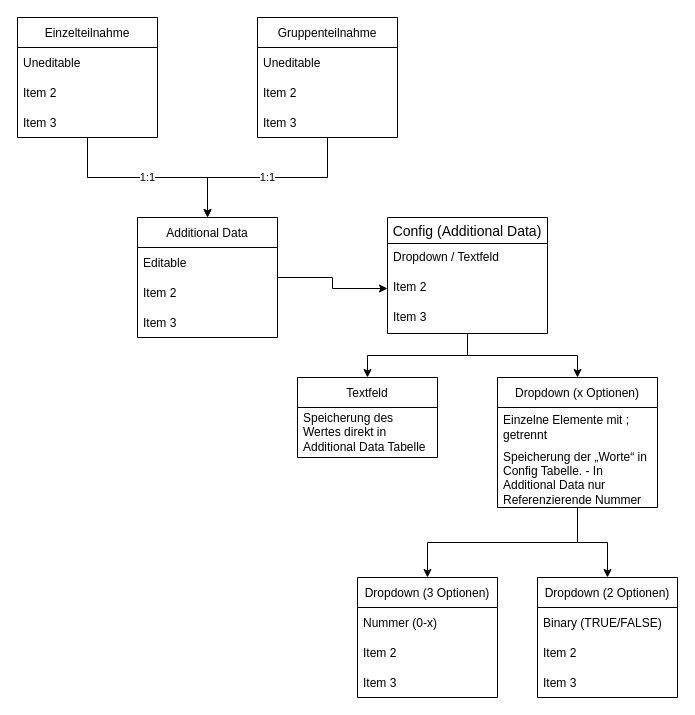
Before: Data Struct.drawio in JoTec2002/MyProjekt, a draw.io diagram. Source tidied: cells renumbered, new cells numbered last; positions are measured from the earlier drawing's top-left corner, leaving out a move shared by most shapes. Both pictures are drawn from the tidied source at 100%, with x=0, y=0 at pixel (17, 17).
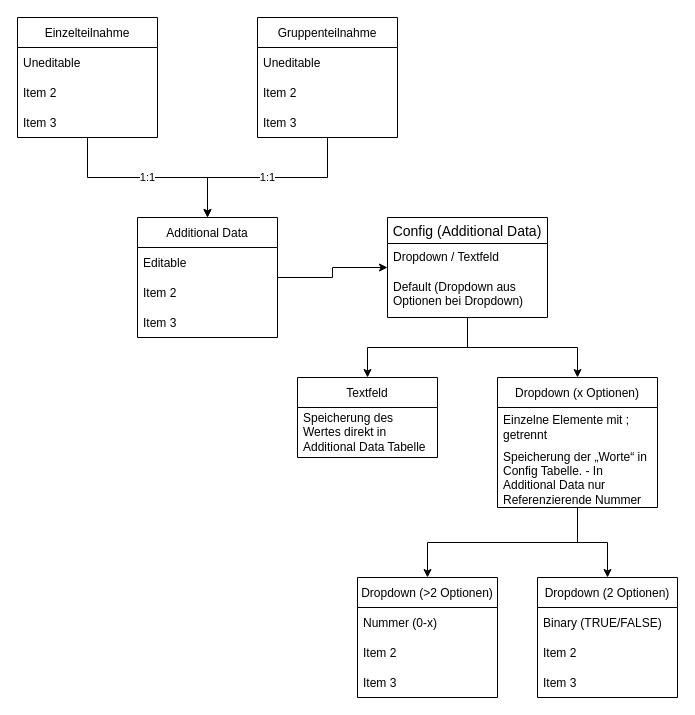
After the change.

The change refers to these unchanged cells:
```xml
<mxCell id="13" value="Additional Data" style="swimlane;fontStyle=0;horizontal=1;startSize=30;" parent="1" vertex="1">
  <mxGeometry x="120" y="200" width="140" height="120" as="geometry" />
</mxCell>
```

What changed in the source:
```diff
@@
-    <mxCell id="12" style="edgeStyle=orthogonalEdgeStyle;rounded=0;jettySize=auto;html=1;entryX=0;entryY=0.5;entryDx=0;entryDy=0;" parent="1" edge="1" source="13" target="21">
+    <mxCell id="12" style="edgeStyle=orthogonalEdgeStyle;rounded=0;jettySize=auto;html=1;" parent="1" edge="1" source="13" target="19">
       <mxGeometry relative="1" as="geometry" />
     </mxCell>
@@
     <mxCell id="19" value="Config (Additional Data)" style="swimlane;fontStyle=0;horizontal=1;startSize=26;align=center;fontSize=14;" parent="1" vertex="1">
-      <mxGeometry x="370" y="200" width="160" height="116" as="geometry" />
+      <mxGeometry x="370" y="200" width="160" height="100" as="geometry" />
     </mxCell>
@@
-    <mxCell id="21" value="Item 2" style="text;strokeColor=none;fillColor=none;spacingLeft=4;spacingRight=4;overflow=hidden;points=[[0,0.5],[1,0.5]];portConstraint=eastwest;fontSize=12;" parent="19" vertex="1">
-      <mxGeometry y="56" width="160" height="30" as="geometry" />
+    <mxCell id="21" value="Default (Dropdown aus Optionen bei Dropdown)" style="text;strokeColor=none;fillColor=none;spacingLeft=4;spacingRight=4;overflow=hidden;points=[[0,0.5],[1,0.5]];portConstraint=eastwest;fontSize=12;whiteSpace=wrap;" parent="19" vertex="1">
+      <mxGeometry y="56" width="160" height="44" as="geometry" />
     </mxCell>
-    <mxCell id="22" value="Item 3" style="text;strokeColor=none;fillColor=none;spacingLeft=4;spacingRight=4;overflow=hidden;fontSize=12;" parent="19" vertex="1">
-      <mxGeometry y="86" width="160" height="30" as="geometry" />
-    </mxCell>
@@
-    <mxCell id="27" value="Dropdown (3 Optionen)" style="swimlane;fontStyle=0;horizontal=1;startSize=30;" parent="1" vertex="1">
+    <mxCell id="27" value="Dropdown (&gt;2 Optionen)" style="swimlane;fontStyle=0;horizontal=1;startSize=30;" parent="1" vertex="1">
       <mxGeometry x="340" y="560" width="140" height="120" as="geometry" />
     </mxCell>
```
